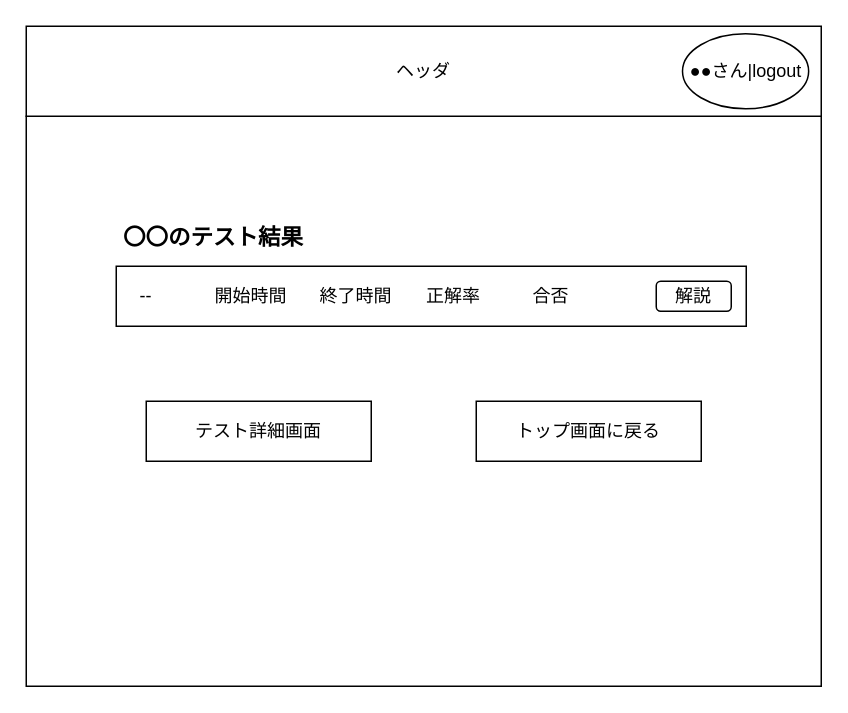
Earlier version of the draw.io diagram 外部設計DRAWIO/1.3テスト結果簡易表示.drawio (DOJO-2021/A-3). Source tidied: cells renumbered, new cells numbered last; positions are measured from the earlier drawing's top-left corner, leaving out a move shared by most shapes. Both pictures are drawn from the tidied source at 150%, with x=0, y=0 at pixel (26, 26).
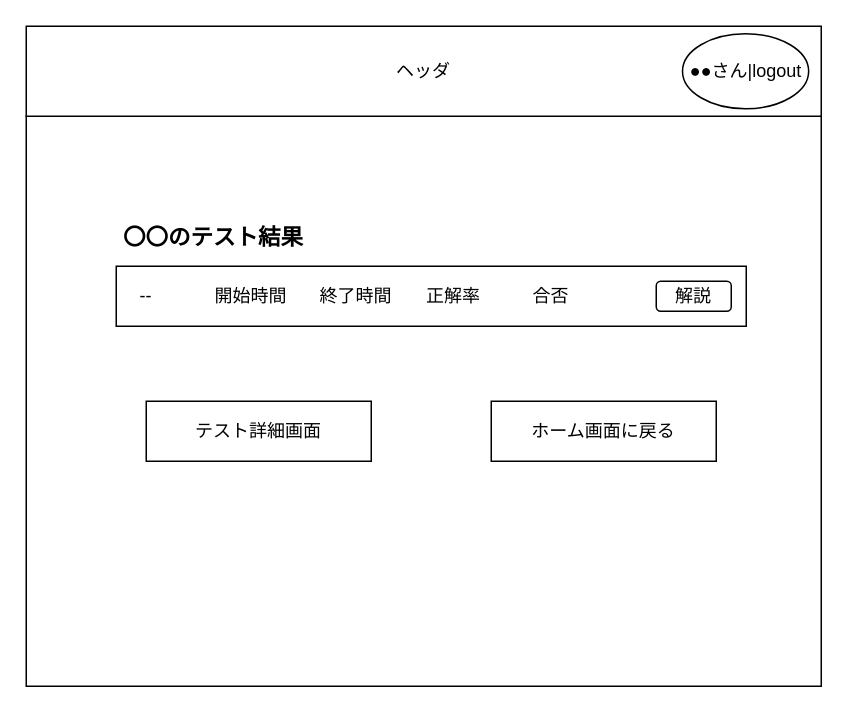
The same diagram, later.

What changed in the source:
```diff
@@
 <mxGraphModel>
   <root>
     <mxCell id="0" />
     <mxCell id="1" parent="0" />
     <mxCell id="2" style="rounded=0;whiteSpace=wrap;html=1;" parent="1" vertex="1">
       <mxGeometry y="60" width="530" height="380" as="geometry" />
     </mxCell>
     <mxCell id="3" value="テスト詳細画面" style="rounded=0;whiteSpace=wrap;html=1;" parent="1" vertex="1">
       <mxGeometry x="80" y="250" width="150" height="40" as="geometry" />
     </mxCell>
-    <mxCell id="4" value="トップ画面に戻る" style="rounded=0;whiteSpace=wrap;html=1;" parent="1" vertex="1">
-      <mxGeometry x="300" y="250" width="150" height="40" as="geometry" />
+    <mxCell id="4" value="ホーム画面に戻る" style="rounded=0;whiteSpace=wrap;html=1;" parent="1" vertex="1">
+      <mxGeometry x="310" y="250" width="150" height="40" as="geometry" />
     </mxCell>
     <mxCell id="5" style="group;" parent="1" vertex="1">
       <mxGeometry width="530" height="60" as="geometry" />
     </mxCell>
     <mxCell id="6" style="group;" parent="5" vertex="1">
       <mxGeometry width="530" height="60" as="geometry" />
     </mxCell>
     <mxCell id="7" style="group;" parent="6" vertex="1">
       <mxGeometry width="530" height="60" as="geometry" />
     </mxCell>
     <mxCell id="8" style="group;" parent="7" vertex="1">
       <mxGeometry width="530" height="60" as="geometry" />
     </mxCell>
     <mxCell id="9" value="ヘッダ" style="rounded=0;whiteSpace=wrap;html=1;" parent="8" vertex="1">
       <mxGeometry width="530" height="60" as="geometry" />
     </mxCell>
     <mxCell id="10" value="●●さん|logout" style="ellipse;whiteSpace=wrap;html=1;fontSize=12;" parent="8" vertex="1">
       <mxGeometry x="437.5" y="5" width="84.1" height="50" as="geometry" />
     </mxCell>
     <mxCell id="11" style="group;" parent="1" vertex="1">
       <mxGeometry x="50" y="160" width="430" height="40" as="geometry" />
     </mxCell>
     <mxCell id="12" style="rounded=0;whiteSpace=wrap;html=1;" parent="11" vertex="1">
       <mxGeometry x="10" width="420" height="40" as="geometry" />
     </mxCell>
     <mxCell id="13" value="開始時間" style="text;html=1;strokeColor=none;fillColor=none;align=center;verticalAlign=middle;whiteSpace=wrap;rounded=0;" parent="11" vertex="1">
       <mxGeometry x="70" y="10" width="60" height="20" as="geometry" />
     </mxCell>
     <mxCell id="14" value="終了時間" style="text;html=1;strokeColor=none;fillColor=none;align=center;verticalAlign=middle;whiteSpace=wrap;rounded=0;" parent="11" vertex="1">
       <mxGeometry x="140" y="10" width="60" height="20" as="geometry" />
     </mxCell>
     <mxCell id="15" value="正解率" style="text;html=1;strokeColor=none;fillColor=none;align=center;verticalAlign=middle;whiteSpace=wrap;rounded=0;" parent="11" vertex="1">
       <mxGeometry x="205" y="10" width="60" height="20" as="geometry" />
     </mxCell>
     <mxCell id="16" value="合否" style="text;html=1;strokeColor=none;fillColor=none;align=center;verticalAlign=middle;whiteSpace=wrap;rounded=0;" parent="11" vertex="1">
       <mxGeometry x="270" y="10" width="60" height="20" as="geometry" />
     </mxCell>
     <mxCell id="17" value="--" style="text;html=1;strokeColor=none;fillColor=none;align=center;verticalAlign=middle;whiteSpace=wrap;rounded=0;" parent="11" vertex="1">
       <mxGeometry y="10" width="60" height="20" as="geometry" />
     </mxCell>
     <mxCell id="18" value="解説" style="rounded=1;whiteSpace=wrap;html=1;" parent="11" vertex="1">
       <mxGeometry x="370" y="10" width="50" height="20" as="geometry" />
     </mxCell>
     <mxCell id="19" value="&lt;b&gt;&lt;font style=&quot;font-size: 15px&quot;&gt;〇〇のテスト結果&lt;/font&gt;&lt;/b&gt;" style="text;html=1;strokeColor=none;fillColor=none;align=center;verticalAlign=middle;whiteSpace=wrap;rounded=0;" parent="1" vertex="1">
       <mxGeometry x="60" y="130" width="130" height="20" as="geometry" />
     </mxCell>
   </root>
 </mxGraphModel>
```
